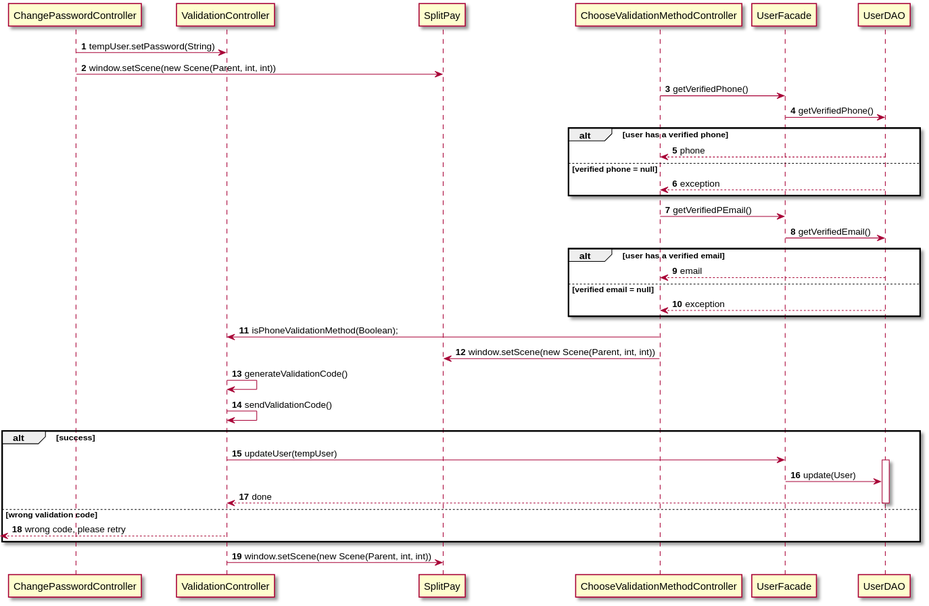
The PlantUML diagram documentation/software_design/manage_personnal_account/change_password_sequence_diagram.svg in Julien-Wiegandt/SplitPay, before a commit.
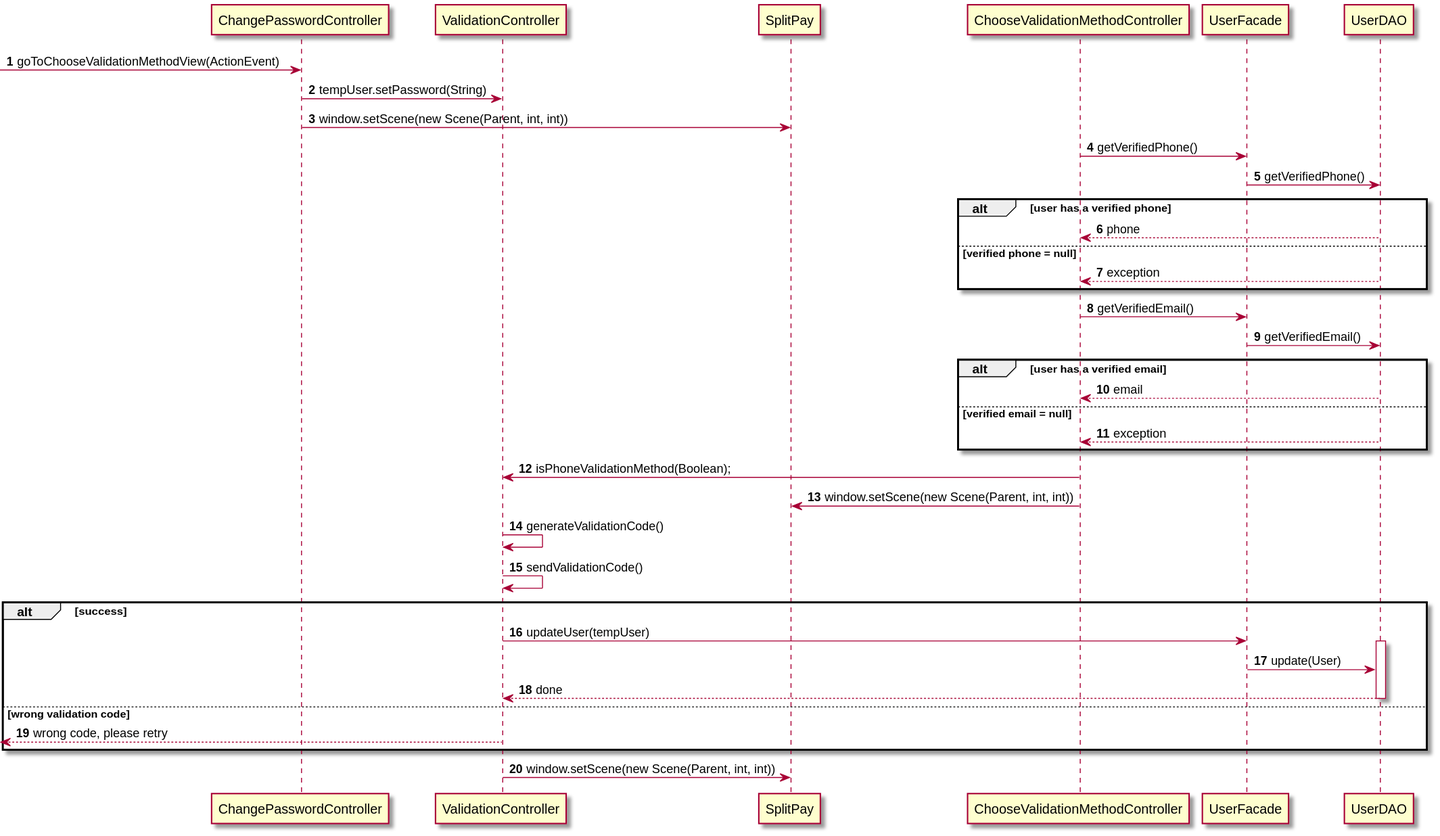
The same file after the commit.

Diff of the diagram source:
```diff
@@ -1,6 +1,7 @@
 @startuml
 autonumber
 
+-> ChangePasswordController : goToChooseValidationMethodView(ActionEvent)
 ChangePasswordController -> ValidationController : tempUser.setPassword(String)
 ChangePasswordController -> SplitPay : window.setScene(new Scene(Parent, int, int))
 
@@ -11,7 +12,7 @@
 else verified phone = null
     UserDAO --> ChooseValidationMethodController : exception
 end
-ChooseValidationMethodController -> UserFacade : getVerifiedPEmail()
+ChooseValidationMethodController -> UserFacade : getVerifiedEmail()
 UserFacade -> UserDAO : getVerifiedEmail()
 alt user has a verified email
     UserDAO --> ChooseValidationMethodController : email
```
